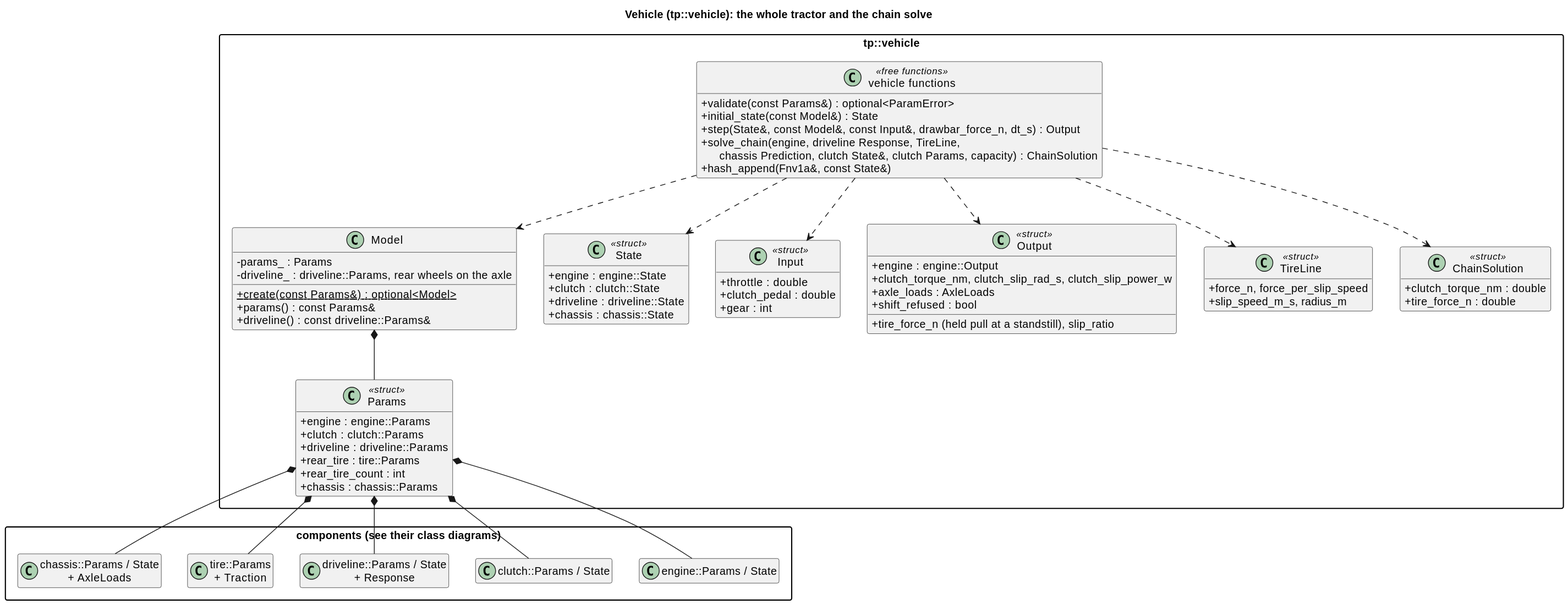
The PlantUML diagram docs/diagrams/svg/vehicle_classes.svg in wversteeg/TractorPulling, before a commit.
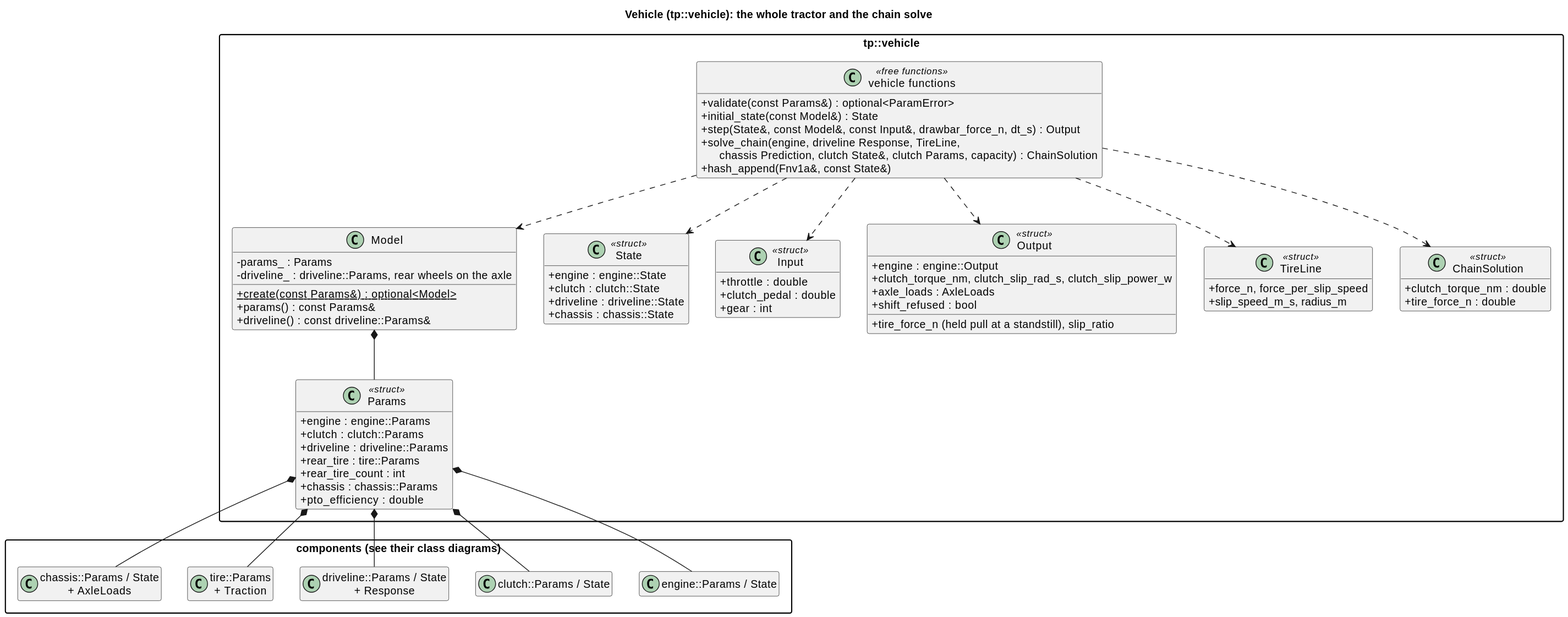
Above is the later version.

The edit, as a diff of the source:
```diff
@@ -20,6 +20,7 @@
     +rear_tire : tire::Params
     +rear_tire_count : int
     +chassis : chassis::Params
+    +pto_efficiency : double
   }
   class Model {
     -params_ : Params
```
